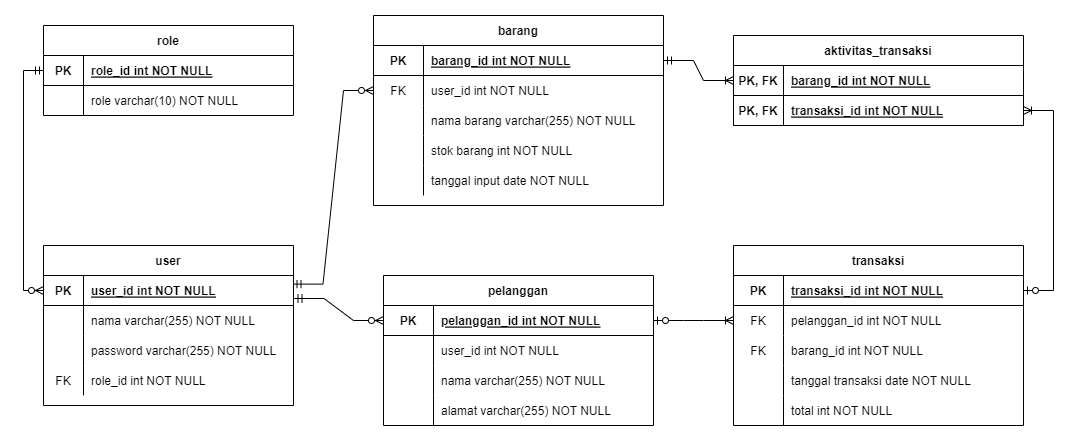
This is ERD_Tokoku.png from BE14-Kelompok6/Tokoku, a draw.io export, as it was before one commit. Source tidied: cells renumbered, new cells last; positions are measured from the earlier drawing's top-left corner, leaving out a move shared by most shapes.
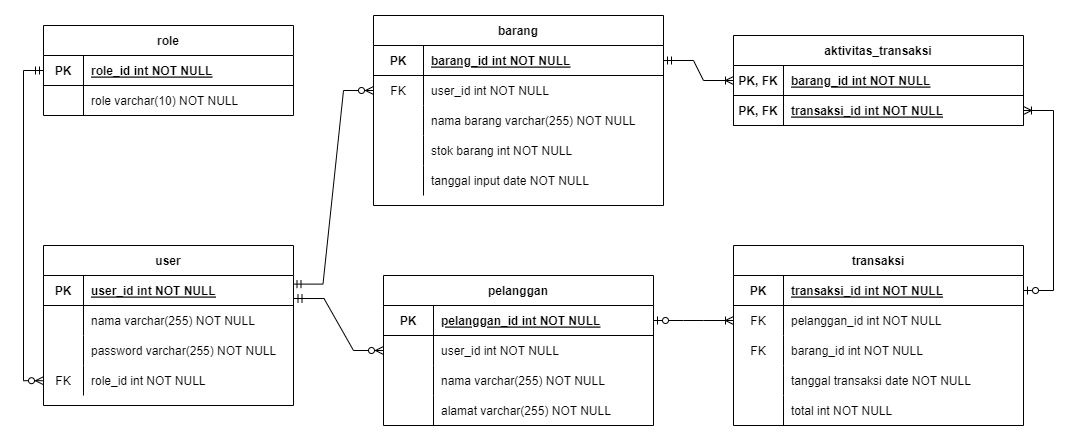
The same file after the commit.

Commit message:
erd baru

Diff of the diagram source:
```diff
@@ -218,15 +218,16 @@
     <mxCell id="73" value="total int NOT NULL" style="shape=partialRectangle;fillColor=none;top=0;left=0;bottom=0;right=0;align=left;spacingLeft=6;overflow=hidden;" parent="71" vertex="1">
       <mxGeometry x="50" width="240" height="30" as="geometry" />
     </mxCell>
-    <mxCell id="74" style="edgeStyle=orthogonalEdgeStyle;fontSize=12;html=1;endArrow=ERzeroToMany;startArrow=ERmandOne;rounded=0;exitX=0;exitY=0.5;exitDx=0;exitDy=0;entryX=0;entryY=0.5;entryDx=0;entryDy=0;" parent="1" edge="1" source="19" target="26">
+    <mxCell id="74" style="edgeStyle=orthogonalEdgeStyle;fontSize=12;html=1;endArrow=ERzeroToMany;startArrow=ERmandOne;rounded=0;exitX=0;exitY=0.5;exitDx=0;exitDy=0;" parent="1" edge="1" source="19">
       <mxGeometry relative="1" as="geometry">
+        <mxPoint x="20" y="365.2" as="targetPoint" />
         <Array as="points">
           <mxPoint y="55" />
-          <mxPoint y="275" />
+          <mxPoint y="365" />
         </Array>
       </mxGeometry>
     </mxCell>
-    <mxCell id="75" style="edgeStyle=entityRelationEdgeStyle;fontSize=12;html=1;endArrow=ERzeroToMany;startArrow=ERmandOne;rounded=0;entryX=0;entryY=0.5;entryDx=0;entryDy=0;exitX=1.002;exitY=0.767;exitDx=0;exitDy=0;exitPerimeter=0;" parent="1" edge="1" source="26" target="46">
+    <mxCell id="75" style="edgeStyle=entityRelationEdgeStyle;fontSize=12;html=1;endArrow=ERzeroToMany;startArrow=ERmandOne;rounded=0;entryX=0;entryY=0.5;entryDx=0;entryDy=0;exitX=1.002;exitY=0.767;exitDx=0;exitDy=0;exitPerimeter=0;" parent="1" edge="1" source="26" target="49">
       <mxGeometry relative="1" as="geometry" />
     </mxCell>
     <mxCell id="76" style="edgeStyle=entityRelationEdgeStyle;fontSize=12;html=1;endArrow=ERzeroToMany;startArrow=ERmandOne;rounded=0;entryX=0;entryY=0.5;entryDx=0;entryDy=0;exitX=0.998;exitY=0.287;exitDx=0;exitDy=0;exitPerimeter=0;" parent="1" edge="1" source="26" target="6">
```
